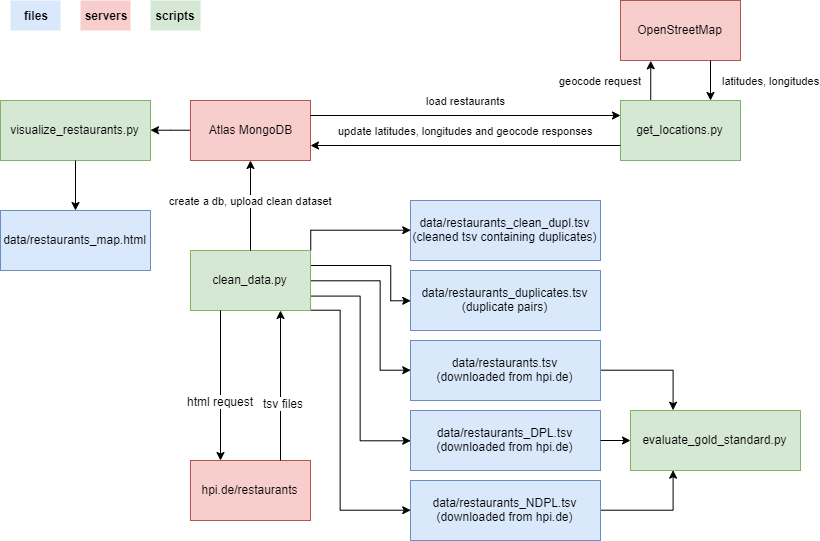
hrdlickajan/Data-Wrangling-with-MongoDB keeps this draw.io diagram as img/architecture.png. Above is the earlier version. Source tidied: cells renumbered, new cells last; positions are measured from the earlier drawing's top-left corner, leaving out a move shared by most shapes.
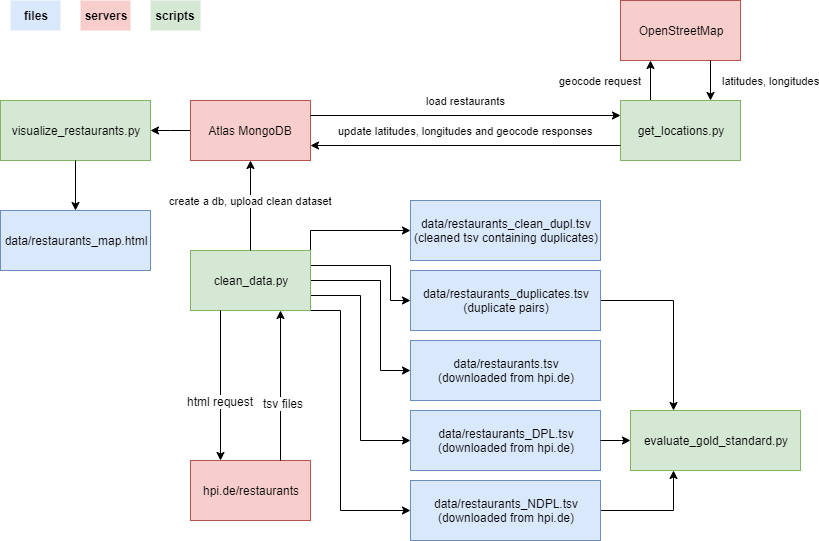
After the commit.

Change to the diagram source:
```diff
@@ -61,15 +61,15 @@
     <mxCell id="14" value="data/restaurants_clean_dupl.tsv&lt;br&gt;(cleaned tsv containing duplicates)" style="rounded=0;whiteSpace=wrap;html=1;fillColor=#dae8fc;strokeColor=#6c8ebf;" parent="1" vertex="1">
       <mxGeometry x="410" y="200" width="190" height="60" as="geometry" />
     </mxCell>
+    <mxCell id="37" style="edgeStyle=orthogonalEdgeStyle;rounded=0;jettySize=auto;html=1;exitX=1;exitY=0.5;exitDx=0;exitDy=0;entryX=0.25;entryY=0;entryDx=0;entryDy=0;" parent="1" edge="1" source="15" target="34">
+      <mxGeometry relative="1" as="geometry" />
+    </mxCell>
     <mxCell id="15" value="data/restaurants_duplicates.tsv&lt;br&gt;(duplicate pairs)" style="rounded=0;whiteSpace=wrap;html=1;fillColor=#dae8fc;strokeColor=#6c8ebf;" parent="1" vertex="1">
       <mxGeometry x="410" y="270" width="190" height="60" as="geometry" />
     </mxCell>
     <mxCell id="16" value="create a db, upload clean dataset" style="endArrow=classic;html=1;exitX=0.5;exitY=0;exitDx=0;exitDy=0;entryX=0.5;entryY=1;entryDx=0;entryDy=0;" parent="1" edge="1" source="9" target="3">
       <mxGeometry x="0.11" relative="1" as="geometry" />
     </mxCell>
-    <mxCell id="17" style="edgeStyle=orthogonalEdgeStyle;rounded=0;jettySize=auto;html=1;exitX=1;exitY=0.5;exitDx=0;exitDy=0;entryX=0.25;entryY=0;entryDx=0;entryDy=0;" parent="1" edge="1" source="18" target="34">
-      <mxGeometry relative="1" as="geometry" />
-    </mxCell>
     <mxCell id="18" value="data/restaurants.tsv&lt;br&gt;(downloaded from hpi.de)" style="rounded=0;whiteSpace=wrap;html=1;fillColor=#dae8fc;strokeColor=#6c8ebf;" parent="1" vertex="1">
       <mxGeometry x="410" y="340" width="190" height="60" as="geometry" />
     </mxCell>
```
